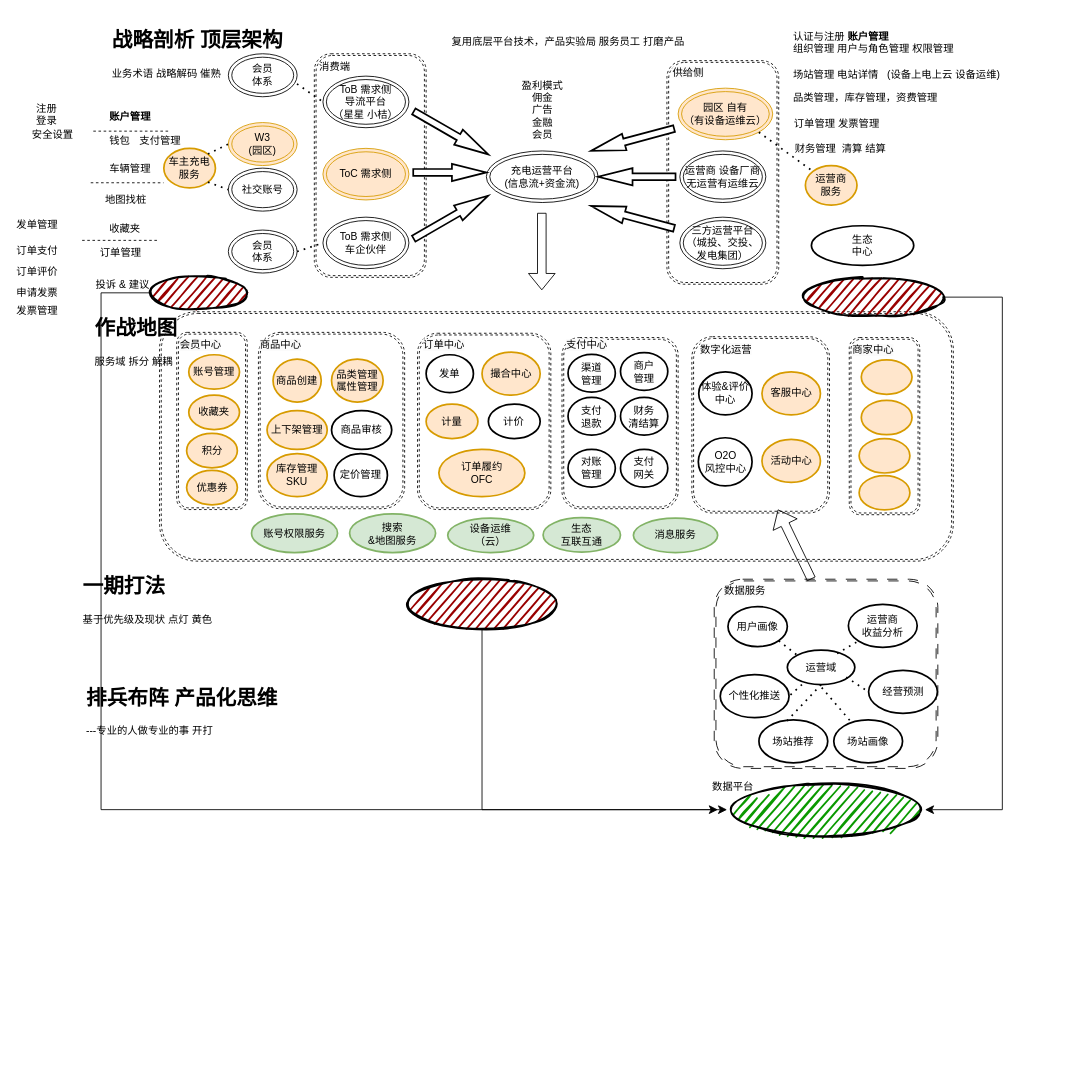
Before: page "第 2 页" (1 of 2) of OO.drawio in numenshane/draw.io, a draw.io diagram. Source tidied: cells renumbered, new cells numbered last; positions are measured from the earlier drawing's top-left corner, leaving out a move shared by most shapes. Both pictures are drawn from the tidied source at 86%, with x=0, y=0 at pixel (15, 17).
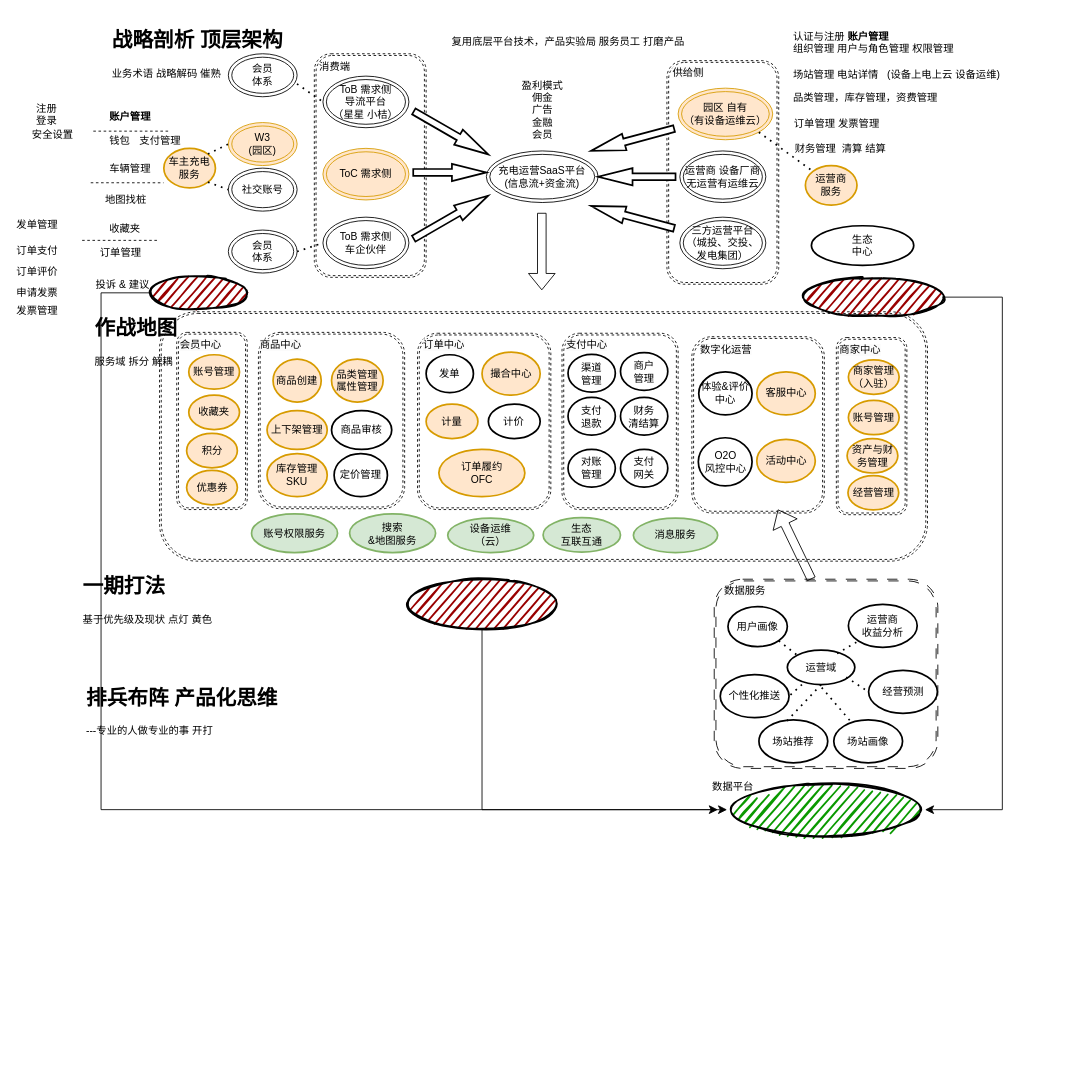
Above is the later version.

The edit, as a diff of the source:
```diff
@@
     <mxCell id="2" style="shape=ext;double=1;rounded=1;whiteSpace=wrap;html=1;dashed=1;" parent="1" vertex="1">
-      <mxGeometry x="168" y="342" width="923" height="290" as="geometry" />
+      <mxGeometry x="168" y="342" width="893" height="290" as="geometry" />
     </mxCell>
     <mxCell id="3" style="shape=ext;double=1;rounded=1;whiteSpace=wrap;html=1;dashed=1;" parent="1" vertex="1">
-      <mxGeometry x="787" y="371" width="160" height="205" as="geometry" />
+      <mxGeometry x="787" y="371" width="154" height="205" as="geometry" />
     </mxCell>
@@
-    <mxCell id="9" value="充电运营平台&lt;br&gt;(信息流+资金流)" style="ellipse;shape=doubleEllipse;whiteSpace=wrap;html=1;" parent="1" vertex="1">
+    <mxCell id="9" value="充电运营SaaS平台&lt;br&gt;(信息流+资金流)" style="ellipse;shape=doubleEllipse;whiteSpace=wrap;html=1;" parent="1" vertex="1">
       <mxGeometry x="548" y="155" width="130" height="60" as="geometry" />
     </mxCell>
@@
     <mxCell id="28" value="客服中心" style="strokeWidth=2;html=1;shape=mxgraph.flowchart.start_1;whiteSpace=wrap;fillColor=#ffe6cc;strokeColor=#d79b00;" parent="1" vertex="1">
-      <mxGeometry x="868.5" y="412" width="68" height="50" as="geometry" />
+      <mxGeometry x="862.5" y="412" width="68" height="50" as="geometry" />
     </mxCell>
@@
     <mxCell id="101" value="活动中心" style="strokeWidth=2;html=1;shape=mxgraph.flowchart.start_1;whiteSpace=wrap;fillColor=#ffe6cc;strokeColor=#d79b00;" parent="1" vertex="1">
-      <mxGeometry x="868.5" y="490.5" width="68" height="50" as="geometry" />
+      <mxGeometry x="862.5" y="490.5" width="68" height="50" as="geometry" />
     </mxCell>
@@
     <mxCell id="103" style="shape=ext;double=1;rounded=1;whiteSpace=wrap;html=1;dashed=1;" parent="1" vertex="1">
-      <mxGeometry x="636" y="372" width="135" height="199" as="geometry" />
+      <mxGeometry x="636" y="367" width="135" height="205" as="geometry" />
     </mxCell>
@@
     <mxCell id="129" style="shape=ext;double=1;rounded=1;whiteSpace=wrap;html=1;dashed=1;" parent="1" vertex="1">
-      <mxGeometry x="970" y="372" width="82" height="206" as="geometry" />
+      <mxGeometry x="955" y="372" width="82" height="206" as="geometry" />
     </mxCell>
     <mxCell id="130" value="&lt;span style=&quot;color: rgb(0, 0, 0); font-family: Helvetica; font-size: 12px; font-style: normal; font-variant-ligatures: normal; font-variant-caps: normal; font-weight: 400; letter-spacing: normal; orphans: 2; text-align: center; text-indent: 0px; text-transform: none; widows: 2; word-spacing: 0px; -webkit-text-stroke-width: 0px; background-color: rgb(251, 251, 251); text-decoration-thickness: initial; text-decoration-style: initial; text-decoration-color: initial; float: none; display: inline !important;&quot;&gt;商家中心&lt;/span&gt;" style="text;whiteSpace=wrap;html=1;" parent="1" vertex="1">
-      <mxGeometry x="972" y="373" width="80" height="40" as="geometry" />
+      <mxGeometry x="957" y="373" width="80" height="40" as="geometry" />
     </mxCell>
-    <mxCell id="131" style="strokeWidth=2;html=1;shape=mxgraph.flowchart.start_1;whiteSpace=wrap;fillColor=#ffe6cc;strokeColor=#d79b00;" parent="1" vertex="1">
-      <mxGeometry x="984" y="398" width="59" height="40" as="geometry" />
+    <mxCell id="131" value="商家管理&lt;br&gt;（入驻）" style="strokeWidth=2;html=1;shape=mxgraph.flowchart.start_1;whiteSpace=wrap;fillColor=#ffe6cc;strokeColor=#d79b00;" parent="1" vertex="1">
+      <mxGeometry x="969" y="398" width="59" height="40" as="geometry" />
     </mxCell>
-    <mxCell id="132" style="strokeWidth=2;html=1;shape=mxgraph.flowchart.start_1;whiteSpace=wrap;fillColor=#ffe6cc;strokeColor=#d79b00;" parent="1" vertex="1">
-      <mxGeometry x="981.5" y="532.5" width="59" height="40" as="geometry" />
+    <mxCell id="132" value="经营管理" style="strokeWidth=2;html=1;shape=mxgraph.flowchart.start_1;whiteSpace=wrap;fillColor=#ffe6cc;strokeColor=#d79b00;" parent="1" vertex="1">
+      <mxGeometry x="968.5" y="532.5" width="59" height="40" as="geometry" />
     </mxCell>
-    <mxCell id="133" style="strokeWidth=2;html=1;shape=mxgraph.flowchart.start_1;whiteSpace=wrap;fillColor=#ffe6cc;strokeColor=#d79b00;" parent="1" vertex="1">
-      <mxGeometry x="981.5" y="489.5" width="59" height="40" as="geometry" />
+    <mxCell id="133" value="资产与财务管理" style="strokeWidth=2;html=1;shape=mxgraph.flowchart.start_1;whiteSpace=wrap;fillColor=#ffe6cc;strokeColor=#d79b00;" parent="1" vertex="1">
+      <mxGeometry x="967.5" y="489.5" width="59" height="40" as="geometry" />
     </mxCell>
-    <mxCell id="134" style="strokeWidth=2;html=1;shape=mxgraph.flowchart.start_1;whiteSpace=wrap;fillColor=#ffe6cc;strokeColor=#d79b00;" parent="1" vertex="1">
-      <mxGeometry x="984" y="445" width="59" height="40" as="geometry" />
+    <mxCell id="134" value="账号管理" style="strokeWidth=2;html=1;shape=mxgraph.flowchart.start_1;whiteSpace=wrap;fillColor=#ffe6cc;strokeColor=#d79b00;" parent="1" vertex="1">
+      <mxGeometry x="969" y="445" width="59" height="40" as="geometry" />
     </mxCell>
```
